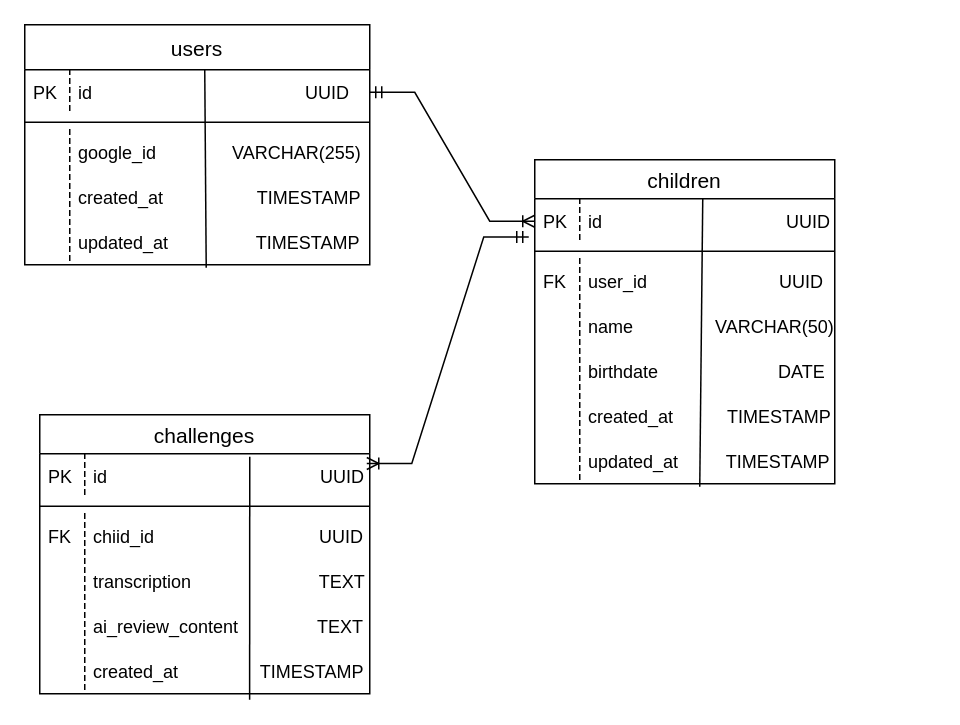
Before: docs/diagrams/database-er.drawio in ms-engineer-bc25-06/Section9_TeamC, a draw.io diagram. Source tidied: cells renumbered, new cells numbered last; positions are measured from the earlier drawing's top-left corner, leaving out a move shared by most shapes. Both pictures are drawn from the tidied source at 150%, with x=0, y=0 at pixel (24, 24).
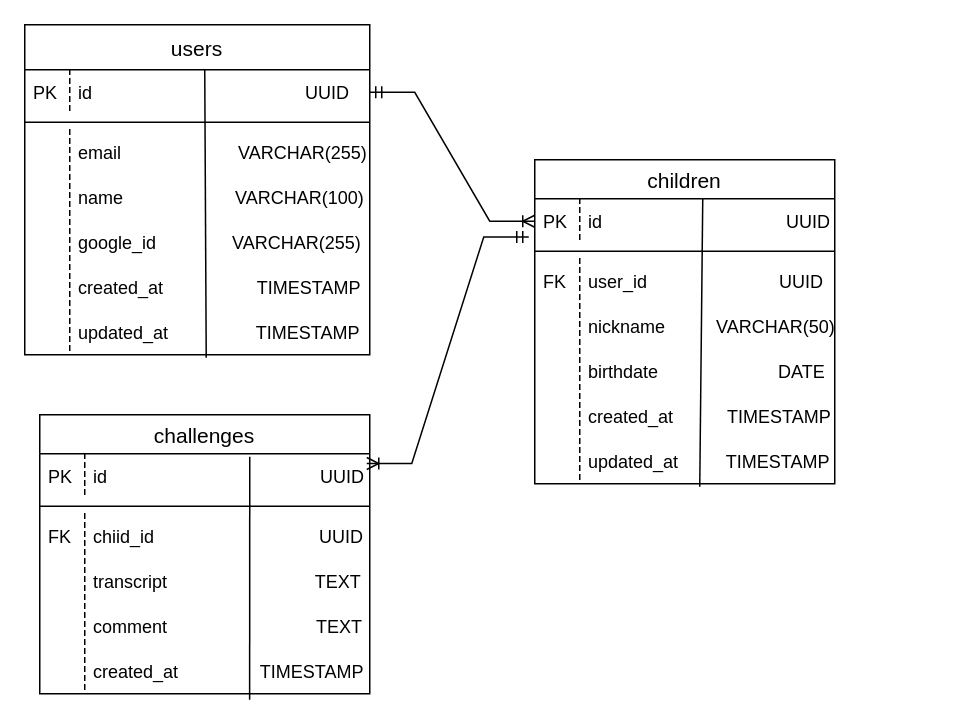
After the change.

Commit message:
ER図更新: テーブル構造に合わせて修正

Unchanged cells that the change refers to:
```xml
<mxCell id="2" value="children" style="swimlane;fontStyle=0;horizontal=1;startSize=26;align=center;fontSize=14;" parent="1" vertex="1">
  <mxGeometry x="340" y="90" width="200" height="216" as="geometry" />
</mxCell>
<mxCell id="28" value="challenges" style="swimlane;fontStyle=0;horizontal=1;startSize=26;align=center;fontSize=14;" parent="1" vertex="1">
  <mxGeometry x="10" y="260" width="220" height="186" as="geometry" />
</mxCell>
```

What changed in the source:
```diff
@@
-    <mxCell id="9" value="name　  　　　VARCHAR(50)                    " style="shape=partialRectangle;fillColor=none;align=left;verticalAlign=middle;strokeColor=none;spacingLeft=34;" parent="2" vertex="1">
+    <mxCell id="9" value="nickname　   　VARCHAR(50)                    " style="shape=partialRectangle;fillColor=none;align=left;verticalAlign=middle;strokeColor=none;spacingLeft=34;" parent="2" vertex="1">
       <mxGeometry y="96" width="200" height="30" as="geometry" />
     </mxCell>
@@
     <mxCell id="17" value="users" style="swimlane;fontStyle=0;horizontal=1;startSize=30;align=center;fontSize=14;" parent="1" vertex="1">
-      <mxGeometry width="230" height="160" as="geometry" />
+      <mxGeometry width="230" height="220" as="geometry" />
     </mxCell>
@@
+    <mxCell id="43" value="email 　　　　        VARCHAR(255)" style="shape=partialRectangle;fillColor=none;align=left;verticalAlign=middle;strokeColor=none;spacingLeft=34;" parent="17" vertex="1">
+      <mxGeometry y="70" width="230" height="30" as="geometry" />
+    </mxCell>
+    <mxCell id="44" style="shape=partialRectangle;top=0;left=0;bottom=0;fillColor=none;stokeWidth=1;dashed=1;align=left;verticalAlign=middle;spacingLeft=4;spacingRight=4;overflow=hidden;" parent="43" vertex="1">
+      <mxGeometry width="30" height="30" as="geometry" />
+    </mxCell>
+    <mxCell id="45" value="name　　　　        VARCHAR(100)" style="shape=partialRectangle;fillColor=none;align=left;verticalAlign=middle;strokeColor=none;spacingLeft=34;fontColor=#000000;" parent="17" vertex="1">
+      <mxGeometry y="100" width="230" height="30" as="geometry" />
+    </mxCell>
+    <mxCell id="46" style="shape=partialRectangle;top=0;left=0;bottom=0;fillColor=none;stokeWidth=1;dashed=1;align=left;verticalAlign=middle;spacingLeft=4;spacingRight=4;overflow=hidden;" parent="45" vertex="1">
+      <mxGeometry width="30" height="30" as="geometry" />
+    </mxCell>
     <mxCell id="22" value="google_id　　        VARCHAR(255)" style="shape=partialRectangle;fillColor=none;align=left;verticalAlign=middle;strokeColor=none;spacingLeft=34;" parent="17" vertex="1">
-      <mxGeometry y="70" width="230" height="30" as="geometry" />
+      <mxGeometry y="130" width="230" height="30" as="geometry" />
     </mxCell>
@@
     <mxCell id="24" value="created_at　　　        TIMESTAMP" style="shape=partialRectangle;fillColor=none;align=left;verticalAlign=middle;strokeColor=none;spacingLeft=34;" parent="17" vertex="1">
-      <mxGeometry y="100" width="230" height="30" as="geometry" />
+      <mxGeometry y="160" width="230" height="30" as="geometry" />
     </mxCell>
@@
     <mxCell id="26" value="updated_at　              TIMESTAMP" style="shape=partialRectangle;fillColor=none;align=left;verticalAlign=middle;strokeColor=none;spacingLeft=34;points=[[0,0.5],[1,0.5]];portConstraint=eastwest;" parent="17" vertex="1">
-      <mxGeometry y="130" width="230" height="30" as="geometry" />
+      <mxGeometry y="190" width="230" height="30" as="geometry" />
     </mxCell>
@@
-    <mxCell id="35" value="transcription　　　　　　    TEXT" style="shape=partialRectangle;fillColor=none;align=left;verticalAlign=middle;strokeColor=none;spacingLeft=34;" parent="28" vertex="1">
+    <mxCell id="35" value="transcript　　　　　　        TEXT" style="shape=partialRectangle;fillColor=none;align=left;verticalAlign=middle;strokeColor=none;spacingLeft=34;" parent="28" vertex="1">
       <mxGeometry y="96" width="220" height="30" as="geometry" />
     </mxCell>
@@
-    <mxCell id="37" value="ai_review_content　　　     TEXT" style="shape=partialRectangle;fillColor=none;align=left;verticalAlign=middle;strokeColor=none;spacingLeft=34;" parent="28" vertex="1">
+    <mxCell id="37" value="comment　　　                   TEXT" style="shape=partialRectangle;fillColor=none;align=left;verticalAlign=middle;strokeColor=none;spacingLeft=34;" parent="28" vertex="1">
       <mxGeometry y="126" width="220" height="30" as="geometry" />
     </mxCell>
```
